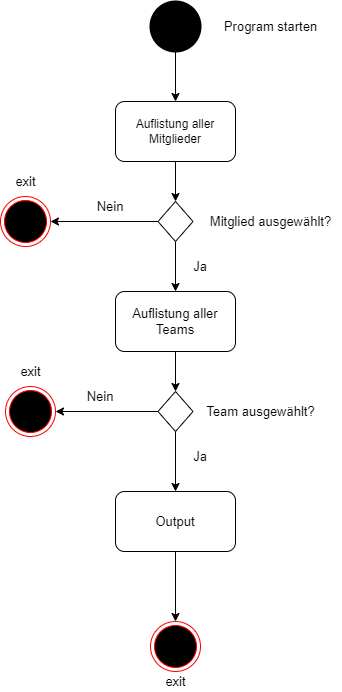
Before: K01/AD.drawio.png, a diagram exported from draw.io (biankazieba/TBZ-Module-320). Source tidied: cells renumbered, new cells last; positions are measured from the earlier drawing's top-left corner, leaving out a move shared by most shapes. The source it was exported from:
```xml
<mxGraphModel>
  <root>
    <mxCell id="0" />
    <mxCell id="1" parent="0" />
    <mxCell id="2" style="edgeStyle=none;html=1;exitX=0.5;exitY=1;exitDx=0;exitDy=0;exitPerimeter=0;entryX=0.5;entryY=0;entryDx=0;entryDy=0;fontColor=#FFFFFF;" parent="1" edge="1" source="3" target="5">
      <mxGeometry relative="1" as="geometry" />
    </mxCell>
    <mxCell id="3" style="strokeWidth=2;html=1;shape=mxgraph.flowchart.start_2;whiteSpace=wrap;fillColor=#000000;" parent="1" vertex="1">
      <mxGeometry x="150" width="50" height="50" as="geometry" />
    </mxCell>
    <mxCell id="4" style="edgeStyle=none;html=1;exitX=0.5;exitY=1;exitDx=0;exitDy=0;entryX=0.5;entryY=0;entryDx=0;entryDy=0;fontColor=#FFFFFF;" parent="1" edge="1" source="5" target="8">
      <mxGeometry relative="1" as="geometry" />
    </mxCell>
    <mxCell id="5" value="Auflistung aller Mitglieder" style="rounded=1;whiteSpace=wrap;html=1;fillColor=#FFFFFF;" parent="1" vertex="1">
      <mxGeometry x="115" y="100" width="120" height="60" as="geometry" />
    </mxCell>
    <mxCell id="6" style="edgeStyle=none;html=1;exitX=0.5;exitY=1;exitDx=0;exitDy=0;fontSize=13;fontColor=#000000;" parent="1" edge="1" source="8" target="11">
      <mxGeometry relative="1" as="geometry" />
    </mxCell>
    <mxCell id="7" style="edgeStyle=none;html=1;exitX=0;exitY=0.5;exitDx=0;exitDy=0;entryX=1;entryY=0.5;entryDx=0;entryDy=0;fontSize=13;fontColor=#000000;" parent="1" edge="1" source="8" target="13">
      <mxGeometry relative="1" as="geometry" />
    </mxCell>
    <mxCell id="8" style="rhombus;whiteSpace=wrap;html=1;fontColor=#FFFFFF;fillColor=#FFFFFF;" parent="1" vertex="1">
      <mxGeometry x="157.5" y="200" width="35" height="40" as="geometry" />
    </mxCell>
    <mxCell id="9" value="&lt;font style=&quot;font-size: 13px&quot;&gt;Mitglied ausgewählt?&lt;/font&gt;" style="text;html=1;align=center;verticalAlign=middle;strokeColor=none;fillColor=none;fontColor=#000000;" parent="1" vertex="1">
      <mxGeometry x="200" y="210" width="140" height="20" as="geometry" />
    </mxCell>
    <mxCell id="10" style="edgeStyle=none;html=1;exitX=0.5;exitY=1;exitDx=0;exitDy=0;entryX=0.5;entryY=0;entryDx=0;entryDy=0;fontSize=13;fontColor=#000000;" parent="1" edge="1" source="11" target="19">
      <mxGeometry relative="1" as="geometry" />
    </mxCell>
    <mxCell id="11" value="Auflistung aller Teams" style="rounded=1;whiteSpace=wrap;html=1;fontSize=13;fontColor=#000000;fillColor=#FFFFFF;" parent="1" vertex="1">
      <mxGeometry x="115" y="290" width="120" height="60" as="geometry" />
    </mxCell>
    <mxCell id="12" value="Ja" style="text;html=1;strokeColor=none;fillColor=none;align=center;verticalAlign=middle;whiteSpace=wrap;rounded=0;fontSize=13;fontColor=#000000;" parent="1" vertex="1">
      <mxGeometry x="170" y="250" width="60" height="30" as="geometry" />
    </mxCell>
    <mxCell id="13" style="ellipse;html=1;shape=endState;fillColor=#000000;strokeColor=#ff0000;fontSize=13;fontColor=#000000;" parent="1" vertex="1">
      <mxGeometry y="195" width="50" height="50" as="geometry" />
    </mxCell>
    <mxCell id="14" value="Nein" style="text;html=1;strokeColor=none;fillColor=none;align=center;verticalAlign=middle;whiteSpace=wrap;rounded=0;fontSize=13;fontColor=#000000;" parent="1" vertex="1">
      <mxGeometry x="80" y="190" width="60" height="30" as="geometry" />
    </mxCell>
    <mxCell id="15" value="&lt;font style=&quot;font-size: 13px&quot;&gt;Program starten&lt;/font&gt;" style="text;html=1;align=center;verticalAlign=middle;strokeColor=none;fillColor=none;fontColor=#000000;" parent="1" vertex="1">
      <mxGeometry x="215" y="15" width="110" height="20" as="geometry" />
    </mxCell>
    <mxCell id="16" value="&lt;font style=&quot;font-size: 13px&quot;&gt;exit&lt;/font&gt;" style="text;html=1;align=center;verticalAlign=middle;strokeColor=none;fillColor=none;fontColor=#000000;" parent="1" vertex="1">
      <mxGeometry x="5" y="170" width="40" height="20" as="geometry" />
    </mxCell>
    <mxCell id="17" style="edgeStyle=none;html=1;exitX=0.5;exitY=1;exitDx=0;exitDy=0;fontSize=13;fontColor=#000000;" parent="1" edge="1" source="19" target="22">
      <mxGeometry relative="1" as="geometry" />
    </mxCell>
    <mxCell id="18" style="edgeStyle=none;html=1;exitX=0;exitY=0.5;exitDx=0;exitDy=0;entryX=1;entryY=0.5;entryDx=0;entryDy=0;fontSize=13;fontColor=#000000;" parent="1" edge="1" source="19" target="25">
      <mxGeometry relative="1" as="geometry" />
    </mxCell>
    <mxCell id="19" style="rhombus;whiteSpace=wrap;html=1;fontColor=#FFFFFF;fillColor=#FFFFFF;" parent="1" vertex="1">
      <mxGeometry x="157.5" y="390" width="35" height="40" as="geometry" />
    </mxCell>
    <mxCell id="20" value="&lt;font style=&quot;font-size: 13px&quot;&gt;Team ausgewählt?&lt;/font&gt;" style="text;html=1;align=center;verticalAlign=middle;strokeColor=none;fillColor=none;fontColor=#000000;" parent="1" vertex="1">
      <mxGeometry x="200" y="400" width="120" height="20" as="geometry" />
    </mxCell>
    <mxCell id="21" style="edgeStyle=none;html=1;exitX=0.5;exitY=1;exitDx=0;exitDy=0;fontSize=13;fontColor=#000000;" parent="1" edge="1" source="22" target="27">
      <mxGeometry relative="1" as="geometry" />
    </mxCell>
    <mxCell id="22" value="Output" style="rounded=1;whiteSpace=wrap;html=1;fontSize=13;fontColor=#000000;fillColor=#FFFFFF;" parent="1" vertex="1">
      <mxGeometry x="115" y="490" width="120" height="60" as="geometry" />
    </mxCell>
    <mxCell id="23" value="Ja" style="text;html=1;strokeColor=none;fillColor=none;align=center;verticalAlign=middle;whiteSpace=wrap;rounded=0;fontSize=13;fontColor=#000000;" parent="1" vertex="1">
      <mxGeometry x="170" y="440" width="60" height="30" as="geometry" />
    </mxCell>
    <mxCell id="24" value="Nein" style="text;html=1;strokeColor=none;fillColor=none;align=center;verticalAlign=middle;whiteSpace=wrap;rounded=0;fontSize=13;fontColor=#000000;" parent="1" vertex="1">
      <mxGeometry x="70" y="380" width="60" height="30" as="geometry" />
    </mxCell>
    <mxCell id="25" style="ellipse;html=1;shape=endState;fillColor=#000000;strokeColor=#ff0000;fontSize=13;fontColor=#000000;" parent="1" vertex="1">
      <mxGeometry x="5" y="385" width="50" height="50" as="geometry" />
    </mxCell>
    <mxCell id="26" value="&lt;font style=&quot;font-size: 13px&quot;&gt;exit&lt;/font&gt;" style="text;html=1;align=center;verticalAlign=middle;strokeColor=none;fillColor=none;fontColor=#000000;" parent="1" vertex="1">
      <mxGeometry x="10" y="360" width="40" height="20" as="geometry" />
    </mxCell>
    <mxCell id="27" style="ellipse;html=1;shape=endState;fillColor=#000000;strokeColor=#ff0000;fontSize=13;fontColor=#000000;" parent="1" vertex="1">
      <mxGeometry x="150" y="620" width="50" height="50" as="geometry" />
    </mxCell>
    <mxCell id="28" value="&lt;font style=&quot;font-size: 13px&quot;&gt;exit&lt;/font&gt;" style="text;html=1;align=center;verticalAlign=middle;strokeColor=none;fillColor=none;fontColor=#000000;" parent="1" vertex="1">
      <mxGeometry x="155" y="670" width="40" height="20" as="geometry" />
    </mxCell>
  </root>
</mxGraphModel>
```
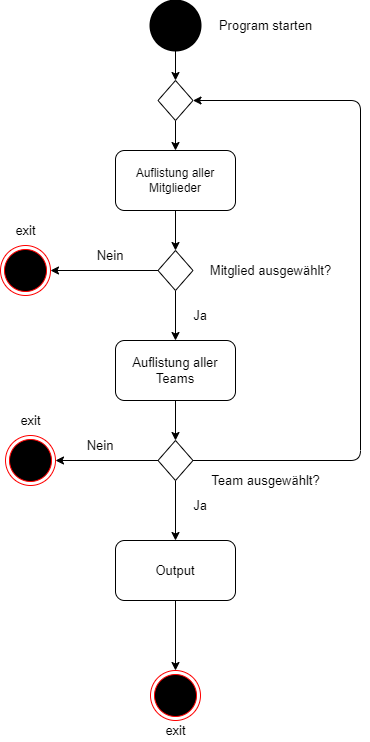
The same diagram one commit later.

The edit, as a diff of the source:
```diff
@@ -2,11 +2,11 @@
   <root>
     <mxCell id="0" />
     <mxCell id="1" parent="0" />
-    <mxCell id="2" style="edgeStyle=none;html=1;exitX=0.5;exitY=1;exitDx=0;exitDy=0;exitPerimeter=0;entryX=0.5;entryY=0;entryDx=0;entryDy=0;fontColor=#FFFFFF;" parent="1" edge="1" source="3" target="5">
-      <mxGeometry relative="1" as="geometry" />
-    </mxCell>
+    <mxCell id="29" style="edgeStyle=none;html=1;exitX=0.5;exitY=1;exitDx=0;exitDy=0;exitPerimeter=0;entryX=0.5;entryY=0;entryDx=0;entryDy=0;" parent="1" edge="1" source="3" target="32">
+      <mxGeometry relative="1" as="geometry" />
+    </mxCell>
     <mxCell id="3" style="strokeWidth=2;html=1;shape=mxgraph.flowchart.start_2;whiteSpace=wrap;fillColor=#000000;" parent="1" vertex="1">
-      <mxGeometry x="150" width="50" height="50" as="geometry" />
+      <mxGeometry x="150" y="-50" width="50" height="50" as="geometry" />
     </mxCell>
     <mxCell id="4" style="edgeStyle=none;html=1;exitX=0.5;exitY=1;exitDx=0;exitDy=0;entryX=0.5;entryY=0;entryDx=0;entryDy=0;fontColor=#FFFFFF;" parent="1" edge="1" source="5" target="8">
       <mxGeometry relative="1" as="geometry" />
@@ -42,7 +42,7 @@
       <mxGeometry x="80" y="190" width="60" height="30" as="geometry" />
     </mxCell>
     <mxCell id="15" value="&lt;font style=&quot;font-size: 13px&quot;&gt;Program starten&lt;/font&gt;" style="text;html=1;align=center;verticalAlign=middle;strokeColor=none;fillColor=none;fontColor=#000000;" parent="1" vertex="1">
-      <mxGeometry x="215" y="15" width="110" height="20" as="geometry" />
+      <mxGeometry x="210" y="-35" width="110" height="20" as="geometry" />
     </mxCell>
     <mxCell id="16" value="&lt;font style=&quot;font-size: 13px&quot;&gt;exit&lt;/font&gt;" style="text;html=1;align=center;verticalAlign=middle;strokeColor=none;fillColor=none;fontColor=#000000;" parent="1" vertex="1">
       <mxGeometry x="5" y="170" width="40" height="20" as="geometry" />
@@ -53,11 +53,19 @@
     <mxCell id="18" style="edgeStyle=none;html=1;exitX=0;exitY=0.5;exitDx=0;exitDy=0;entryX=1;entryY=0.5;entryDx=0;entryDy=0;fontSize=13;fontColor=#000000;" parent="1" edge="1" source="19" target="25">
       <mxGeometry relative="1" as="geometry" />
     </mxCell>
+    <mxCell id="30" style="edgeStyle=orthogonalEdgeStyle;html=1;exitX=1;exitY=0.5;exitDx=0;exitDy=0;entryX=1;entryY=0.5;entryDx=0;entryDy=0;" parent="1" edge="1" source="19" target="32">
+      <mxGeometry relative="1" as="geometry">
+        <Array as="points">
+          <mxPoint x="360" y="410" />
+          <mxPoint x="360" y="50" />
+        </Array>
+      </mxGeometry>
+    </mxCell>
     <mxCell id="19" style="rhombus;whiteSpace=wrap;html=1;fontColor=#FFFFFF;fillColor=#FFFFFF;" parent="1" vertex="1">
       <mxGeometry x="157.5" y="390" width="35" height="40" as="geometry" />
     </mxCell>
     <mxCell id="20" value="&lt;font style=&quot;font-size: 13px&quot;&gt;Team ausgewählt?&lt;/font&gt;" style="text;html=1;align=center;verticalAlign=middle;strokeColor=none;fillColor=none;fontColor=#000000;" parent="1" vertex="1">
-      <mxGeometry x="200" y="400" width="120" height="20" as="geometry" />
+      <mxGeometry x="205" y="420" width="120" height="20" as="geometry" />
     </mxCell>
     <mxCell id="21" style="edgeStyle=none;html=1;exitX=0.5;exitY=1;exitDx=0;exitDy=0;fontSize=13;fontColor=#000000;" parent="1" edge="1" source="22" target="27">
       <mxGeometry relative="1" as="geometry" />
@@ -83,5 +91,11 @@
     <mxCell id="28" value="&lt;font style=&quot;font-size: 13px&quot;&gt;exit&lt;/font&gt;" style="text;html=1;align=center;verticalAlign=middle;strokeColor=none;fillColor=none;fontColor=#000000;" parent="1" vertex="1">
       <mxGeometry x="155" y="670" width="40" height="20" as="geometry" />
     </mxCell>
+    <mxCell id="31" style="edgeStyle=none;html=1;exitX=0.5;exitY=1;exitDx=0;exitDy=0;entryX=0.5;entryY=0;entryDx=0;entryDy=0;" parent="1" edge="1" source="32" target="5">
+      <mxGeometry relative="1" as="geometry" />
+    </mxCell>
+    <mxCell id="32" style="rhombus;whiteSpace=wrap;html=1;fontColor=#FFFFFF;fillColor=#FFFFFF;" parent="1" vertex="1">
+      <mxGeometry x="157.5" y="30" width="35" height="40" as="geometry" />
+    </mxCell>
   </root>
 </mxGraphModel>
```
